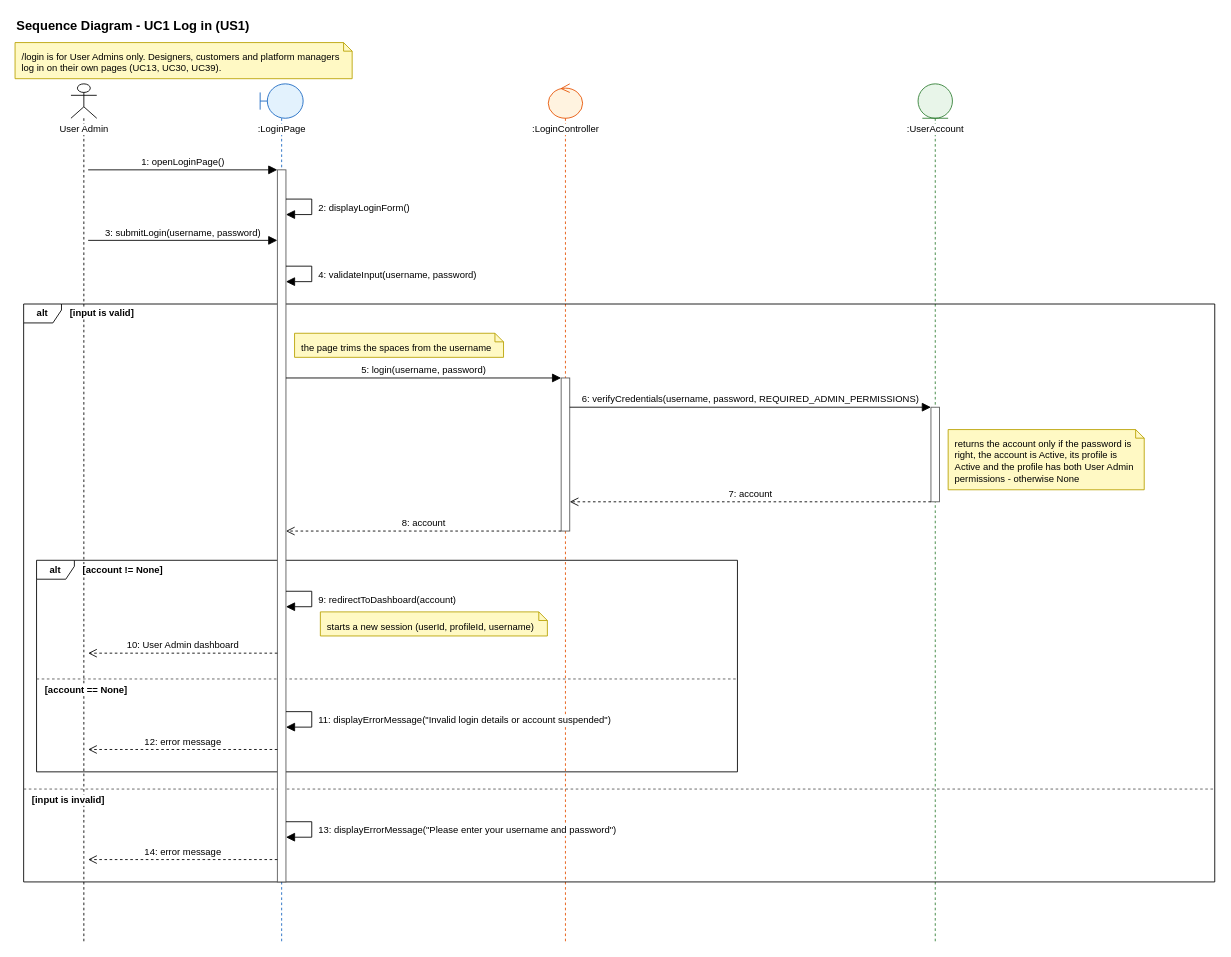
Earlier version of the draw.io diagram page "6 Sequence Diagram" (6 of 6) of Sprint_1/US1 - Log in/US1 Log in.drawio (Hanzxc/CSIT314-ARCHSS). Source tidied: cells renumbered, new cells numbered last; positions are measured from the earlier drawing's top-left corner, leaving out a move shared by most shapes. Both pictures are drawn from the tidied source at 86%, with x=0, y=0 at pixel (15, 15).
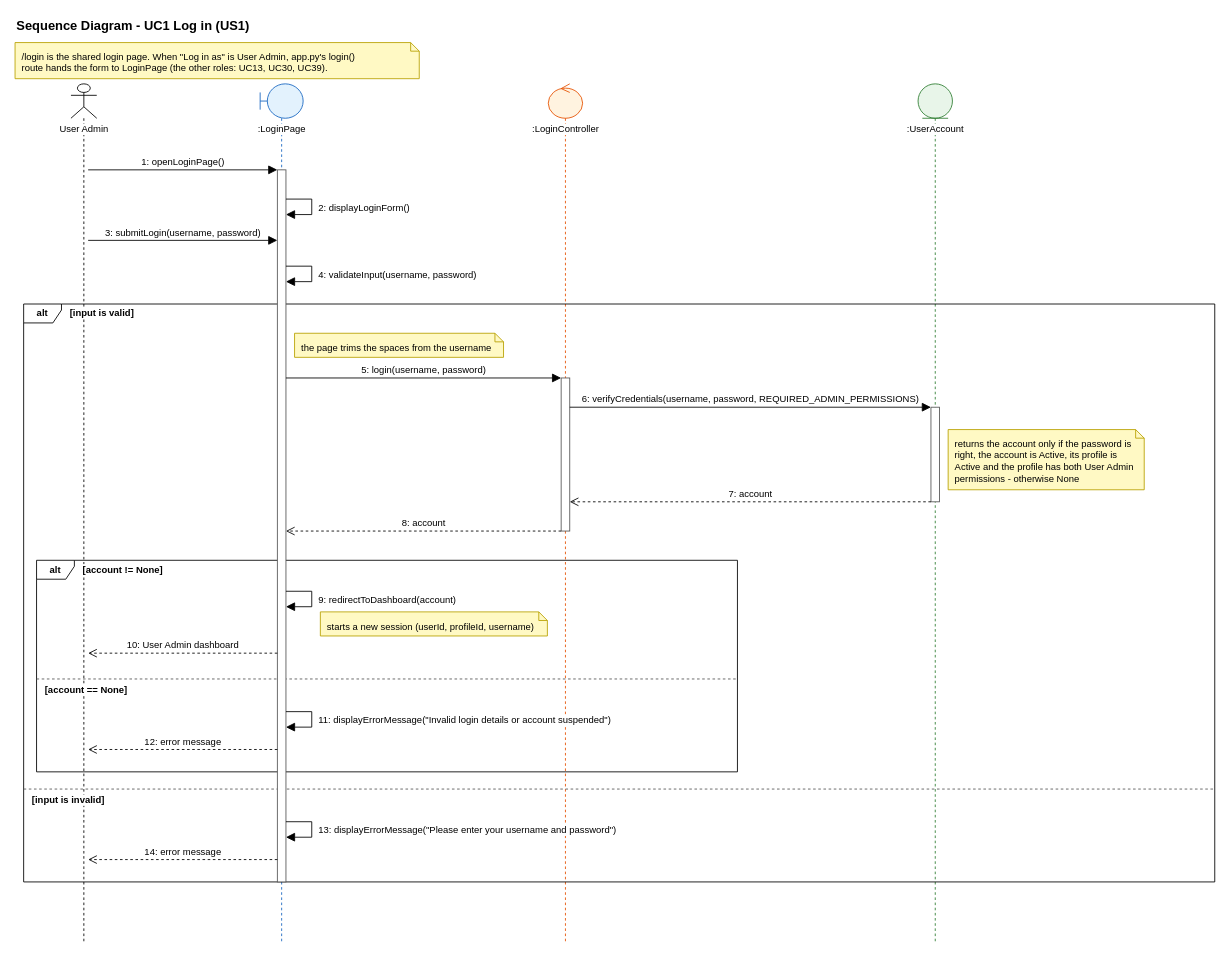
Above is the later version.

What changed in the source:
```diff
@@
-    <mxCell id="27" value="/login is for User Admins only. Designers, customers and platform managers&lt;br&gt;log in on their own pages (UC13, UC30, UC39)." style="shape=note;whiteSpace=wrap;html=1;size=10;fillColor=#FFF9C4;strokeColor=#B8A100;align=left;verticalAlign=top;spacingLeft=6;spacingRight=4;spacingTop=4;fontSize=11;fontColor=#000000;" parent="1" vertex="1">
-      <mxGeometry y="32" width="392" height="42" as="geometry" />
+    <mxCell id="27" value="/login is the shared login page. When &quot;Log in as&quot; is User Admin, app.py's login()&lt;br&gt;route hands the form to LoginPage (the other roles: UC13, UC30, UC39)." style="shape=note;whiteSpace=wrap;html=1;size=10;fillColor=#FFF9C4;strokeColor=#B8A100;align=left;verticalAlign=top;spacingLeft=6;spacingRight=4;spacingTop=4;fontSize=11;fontColor=#000000;" parent="1" vertex="1">
+      <mxGeometry y="32" width="470" height="42" as="geometry" />
     </mxCell>
```
